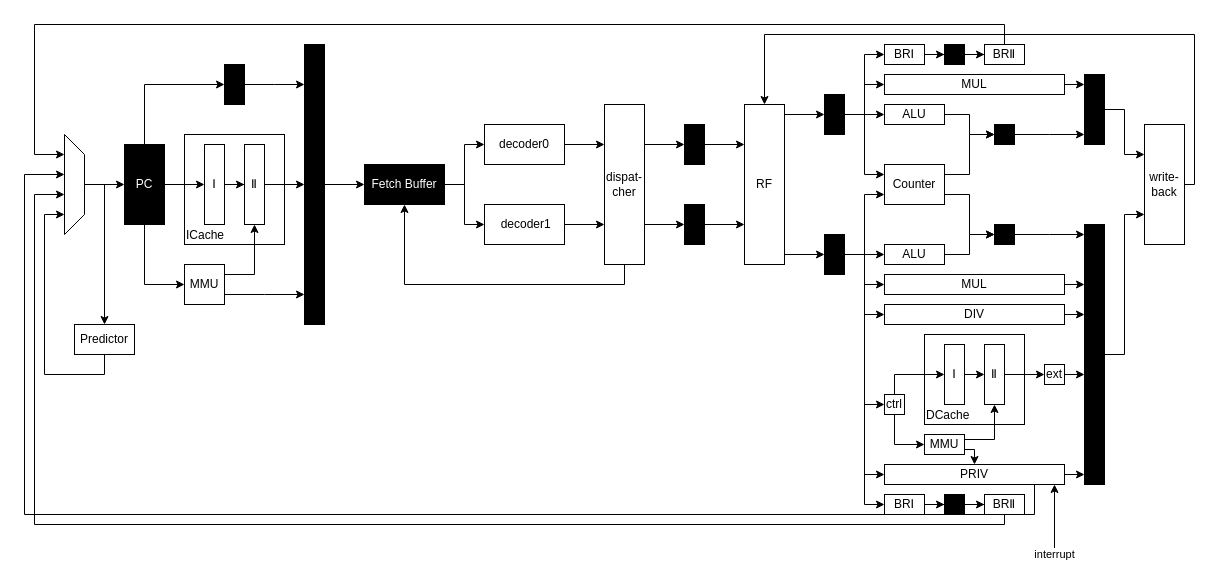
This is 未命名绘图4.drawio from caochenrui/Draw.io, a draw.io file, before an edit. Source tidied: cells renumbered, new cells numbered last; positions are measured from the earlier drawing's top-left corner, leaving out a move shared by most shapes. Both pictures are drawn from the tidied source at 100%, with x=0, y=0 at pixel (24, 24).
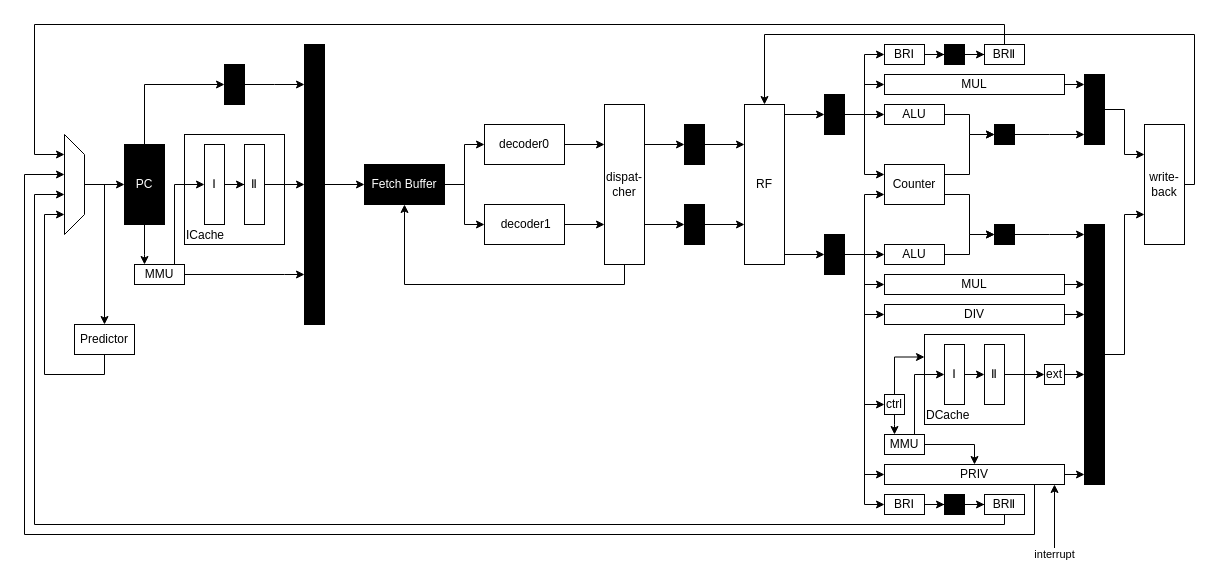
After the change.

Commit message (it also covers changes not shown here):
更新未命名绘图4.drawio

The change refers to these unchanged cells:
```xml
<mxCell id="5" value="PC" style="rounded=0;whiteSpace=wrap;html=1;fillColor=#000000;fontColor=#FFFFFF;" parent="1" vertex="1">
  <mxGeometry x="100" y="120" width="40" height="80" as="geometry" />
</mxCell>
<mxCell id="8" value="Ⅰ" style="whiteSpace=wrap;html=1;fillColor=default;fontColor=default;rounded=0;" parent="1" vertex="1">
  <mxGeometry x="180" y="120" width="20" height="80" as="geometry" />
</mxCell>
<mxCell id="10" value="Ⅱ" style="whiteSpace=wrap;html=1;fillColor=default;fontColor=default;rounded=0;" parent="1" vertex="1">
  <mxGeometry x="220" y="120" width="20" height="80" as="geometry" />
</mxCell>
<mxCell id="12" style="whiteSpace=wrap;html=1;fillColor=#000000;fontColor=default;rounded=0;" parent="1" vertex="1">
  <mxGeometry x="280" y="20" width="20" height="280" as="geometry" />
</mxCell>
<mxCell id="70" value="PRIV" style="rounded=0;whiteSpace=wrap;html=1;" parent="1" vertex="1">
  <mxGeometry x="860" y="440" width="180" height="20" as="geometry" />
</mxCell>
<mxCell id="80" value="DCache" style="rounded=0;whiteSpace=wrap;html=1;labelPosition=center;verticalLabelPosition=middle;align=left;verticalAlign=bottom;fillColor=none;" parent="1" vertex="1">
  <mxGeometry x="900" y="310" width="100" height="90" as="geometry" />
</mxCell>
<mxCell id="86" value="ctrl" style="rounded=0;whiteSpace=wrap;html=1;labelPosition=center;verticalLabelPosition=middle;align=center;verticalAlign=middle;" parent="1" vertex="1">
  <mxGeometry x="860" y="370" width="20" height="20" as="geometry" />
</mxCell>
<mxCell id="95" value="Ⅰ" style="rounded=0;whiteSpace=wrap;html=1;" parent="1" vertex="1">
  <mxGeometry x="920" y="320" width="20" height="60" as="geometry" />
</mxCell>
<mxCell id="97" value="Ⅱ" style="rounded=0;whiteSpace=wrap;html=1;" parent="1" vertex="1">
  <mxGeometry x="960" y="320" width="20" height="60" as="geometry" />
</mxCell>
```

Diff of the diagram source:
```diff
@@
-    <mxCell id="2" style="edgeStyle=orthogonalEdgeStyle;rounded=0;jettySize=auto;html=1;" parent="1" edge="1" source="5" target="8">
-      <mxGeometry relative="1" as="geometry" />
-    </mxCell>
-    <mxCell id="3" style="edgeStyle=orthogonalEdgeStyle;rounded=0;jettySize=auto;html=1;exitX=0.5;exitY=1;exitDx=0;exitDy=0;entryX=0;entryY=0.5;entryDx=0;entryDy=0;" parent="1" edge="1" source="5" target="93">
-      <mxGeometry relative="1" as="geometry" />
+    <mxCell id="3" style="edgeStyle=orthogonalEdgeStyle;rounded=0;jettySize=auto;html=1;exitX=0.5;exitY=1;exitDx=0;exitDy=0;" parent="1" edge="1" source="5" target="93">
+      <mxGeometry relative="1" as="geometry">
+        <Array as="points">
+          <mxPoint x="120" y="230" />
+          <mxPoint x="120" y="230" />
+        </Array>
+      </mxGeometry>
     </mxCell>
@@
     <mxCell id="69" style="edgeStyle=orthogonalEdgeStyle;rounded=0;orthogonalLoop=1;jettySize=auto;html=1;" parent="1" edge="1">
       <mxGeometry relative="1" as="geometry">
         <mxPoint x="1010" y="440" as="sourcePoint" />
         <mxPoint x="40" y="150" as="targetPoint" />
         <Array as="points">
-          <mxPoint x="1010" y="490" />
-          <mxPoint y="490" />
+          <mxPoint x="1010" y="510" />
+          <mxPoint y="510" />
           <mxPoint y="150" />
-          <mxPoint x="40" y="150" />
         </Array>
       </mxGeometry>
     </mxCell>
@@
-    <mxCell id="81" style="edgeStyle=orthogonalEdgeStyle;rounded=0;jettySize=auto;html=1;exitX=1;exitY=0.25;exitDx=0;exitDy=0;entryX=0.5;entryY=1;entryDx=0;entryDy=0;" parent="1" edge="1" source="83" target="97">
-      <mxGeometry relative="1" as="geometry" />
+    <mxCell id="81" style="edgeStyle=orthogonalEdgeStyle;rounded=0;jettySize=auto;html=1;exitX=1;exitY=0.25;exitDx=0;exitDy=0;entryX=0;entryY=0.5;entryDx=0;entryDy=0;" parent="1" edge="1" source="83" target="95">
+      <mxGeometry relative="1" as="geometry">
+        <Array as="points">
+          <mxPoint x="890" y="415" />
+          <mxPoint x="890" y="350" />
+        </Array>
+      </mxGeometry>
     </mxCell>
-    <mxCell id="82" style="edgeStyle=orthogonalEdgeStyle;rounded=0;jettySize=auto;html=1;exitX=1;exitY=0.75;exitDx=0;exitDy=0;entryX=0.5;entryY=0;entryDx=0;entryDy=0;" parent="1" edge="1" source="83" target="70">
-      <mxGeometry relative="1" as="geometry" />
+    <mxCell id="82" style="edgeStyle=orthogonalEdgeStyle;rounded=0;jettySize=auto;html=1;entryX=0.5;entryY=0;entryDx=0;entryDy=0;" parent="1" edge="1" source="83" target="70">
+      <mxGeometry relative="1" as="geometry">
+        <Array as="points">
+          <mxPoint x="950" y="420" />
+        </Array>
+      </mxGeometry>
     </mxCell>
     <mxCell id="83" value="MMU" style="rounded=0;whiteSpace=wrap;html=1;" parent="1" vertex="1">
-      <mxGeometry x="900" y="410" width="40" height="20" as="geometry" />
+      <mxGeometry x="860" y="410" width="40" height="20" as="geometry" />
     </mxCell>
-    <mxCell id="84" style="edgeStyle=orthogonalEdgeStyle;rounded=0;jettySize=auto;html=1;exitX=0.5;exitY=1;exitDx=0;exitDy=0;entryX=0;entryY=0.5;entryDx=0;entryDy=0;" parent="1" edge="1" source="86" target="83">
-      <mxGeometry relative="1" as="geometry" />
+    <mxCell id="84" style="edgeStyle=orthogonalEdgeStyle;rounded=0;jettySize=auto;html=1;exitX=0.5;exitY=1;exitDx=0;exitDy=0;" parent="1" edge="1" source="86" target="83">
+      <mxGeometry relative="1" as="geometry">
+        <Array as="points">
+          <mxPoint x="870" y="400" />
+          <mxPoint x="870" y="400" />
+        </Array>
+      </mxGeometry>
     </mxCell>
-    <mxCell id="85" style="edgeStyle=orthogonalEdgeStyle;rounded=0;jettySize=auto;html=1;exitX=0.5;exitY=0;exitDx=0;exitDy=0;entryX=0;entryY=0.5;entryDx=0;entryDy=0;" parent="1" edge="1" source="86" target="95">
-      <mxGeometry relative="1" as="geometry" />
-    </mxCell>
+    <mxCell id="106" style="edgeStyle=orthogonalEdgeStyle;rounded=0;jettySize=auto;html=1;exitX=0.5;exitY=0;exitDx=0;exitDy=0;entryX=0;entryY=0.25;entryDx=0;entryDy=0;" parent="1" edge="1" source="86" target="80">
+      <mxGeometry relative="1" as="geometry" />
+    </mxCell>
@@
-    <mxCell id="91" style="edgeStyle=orthogonalEdgeStyle;rounded=0;jettySize=auto;html=1;exitX=1;exitY=0.25;exitDx=0;exitDy=0;entryX=0.5;entryY=1;entryDx=0;entryDy=0;" parent="1" edge="1" source="93" target="10">
-      <mxGeometry relative="1" as="geometry" />
+    <mxCell id="91" style="edgeStyle=orthogonalEdgeStyle;rounded=0;jettySize=auto;html=1;entryX=0;entryY=0.5;entryDx=0;entryDy=0;" parent="1" edge="1" source="93" target="8">
+      <mxGeometry relative="1" as="geometry">
+        <Array as="points">
+          <mxPoint x="150" y="160" />
+        </Array>
+      </mxGeometry>
     </mxCell>
-    <mxCell id="92" style="edgeStyle=orthogonalEdgeStyle;rounded=0;jettySize=auto;html=1;exitX=1;exitY=0.75;exitDx=0;exitDy=0;" parent="1" edge="1" source="93">
-      <mxGeometry relative="1" as="geometry">
-        <mxPoint x="280" y="270" as="targetPoint" />
-      </mxGeometry>
-    </mxCell>
+    <mxCell id="107" style="edgeStyle=orthogonalEdgeStyle;rounded=0;jettySize=auto;html=1;exitX=1;exitY=0.5;exitDx=0;exitDy=0;" parent="1" edge="1" source="93" target="12">
+      <mxGeometry relative="1" as="geometry">
+        <Array as="points">
+          <mxPoint x="260" y="250" />
+          <mxPoint x="260" y="250" />
+        </Array>
+      </mxGeometry>
+    </mxCell>
     <mxCell id="93" value="MMU" style="rounded=0;whiteSpace=wrap;html=1;" parent="1" vertex="1">
-      <mxGeometry x="160" y="240" width="40" height="40" as="geometry" />
+      <mxGeometry x="110" y="240" width="50" height="20" as="geometry" />
     </mxCell>
```
